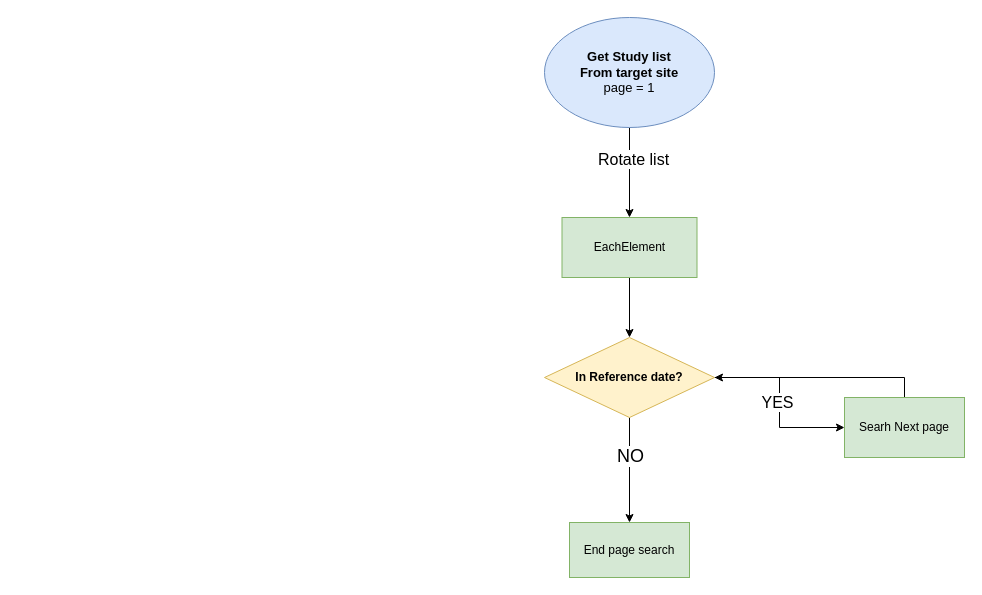
palet404/SuddenAtattack_SideProject-Scraping- keeps this draw.io diagram as 제목 없는 다이어그램.drawio. Above is the earlier version. Source tidied: cells renumbered, new cells numbered last; positions are measured from the earlier drawing's top-left corner, leaving out a move shared by most shapes. Both pictures are drawn from the tidied source at 100%, with x=0, y=0 at pixel (544, 17).
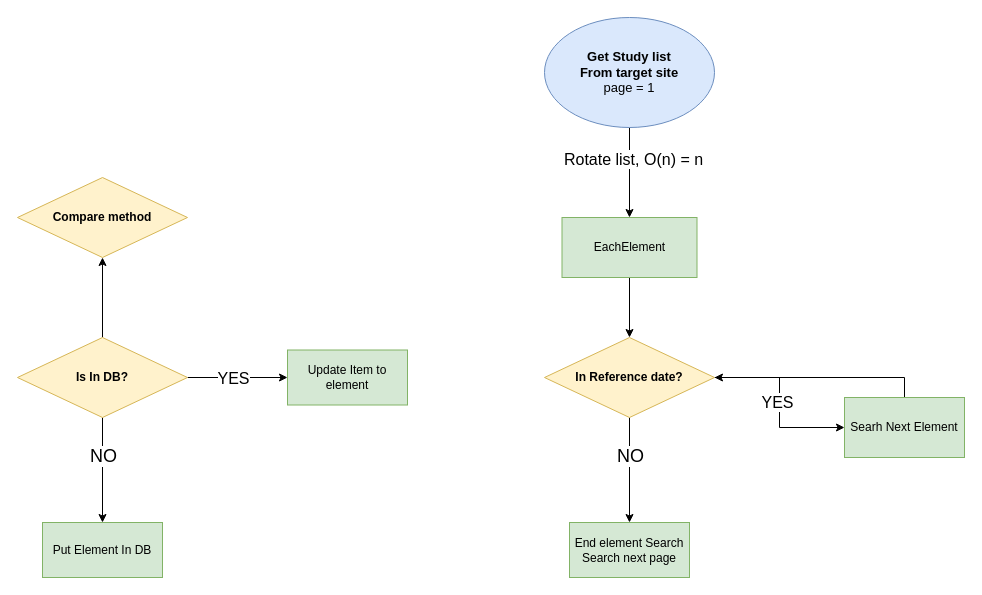
The same diagram, later.

Commit message:
제목 없는 다이어그램.drawio 업데이트

The change refers to these unchanged cells:
```xml
<mxCell id="2" style="edgeStyle=orthogonalEdgeStyle;rounded=0;jettySize=auto;html=1;entryX=0.5;entryY=0;entryDx=0;entryDy=0;" parent="1" edge="1" source="4" target="13">
  <mxGeometry relative="1" as="geometry" />
</mxCell>
```

Change to the diagram source:
```diff
@@
-    <mxCell id="3" value="&lt;font style=&quot;font-size: 16px;&quot;&gt;Rotate list&lt;/font&gt;" style="edgeLabel;html=1;align=center;verticalAlign=middle;" parent="2" vertex="1">
+    <mxCell id="3" value="&lt;font style=&quot;font-size: 16px;&quot;&gt;Rotate list, O(n) = n&lt;/font&gt;" style="edgeLabel;html=1;align=center;verticalAlign=middle;" parent="2" vertex="1">
       <mxGeometry x="-0.32" y="3" relative="1" as="geometry" />
     </mxCell>
@@
-    <mxCell id="11" value="Searh Next page" style="whiteSpace=wrap;html=1;fillColor=#d5e8d4;strokeColor=#82b366;" parent="1" vertex="1">
+    <mxCell id="11" value="Searh Next Element" style="whiteSpace=wrap;html=1;fillColor=#d5e8d4;strokeColor=#82b366;" parent="1" vertex="1">
       <mxGeometry x="300" y="380" width="120" height="60" as="geometry" />
     </mxCell>
@@
-    <mxCell id="14" value="End page search" style="whiteSpace=wrap;html=1;fillColor=#d5e8d4;strokeColor=#82b366;" parent="1" vertex="1">
+    <mxCell id="14" value="End element Search&lt;div&gt;Search next page&lt;/div&gt;" style="whiteSpace=wrap;html=1;fillColor=#d5e8d4;strokeColor=#82b366;" parent="1" vertex="1">
       <mxGeometry x="25" y="505" width="120" height="55" as="geometry" />
     </mxCell>
+    <mxCell id="15" style="edgeStyle=orthogonalEdgeStyle;rounded=0;jettySize=auto;html=1;entryX=0.5;entryY=0;entryDx=0;entryDy=0;" parent="1" edge="1" source="20" target="21">
+      <mxGeometry relative="1" as="geometry" />
+    </mxCell>
+    <mxCell id="16" value="NO" style="edgeLabel;html=1;align=center;verticalAlign=middle;fontSize=18;fontStyle=0;" parent="15" vertex="1">
+      <mxGeometry x="-0.02" relative="1" as="geometry">
+        <mxPoint y="-13" as="offset" />
+      </mxGeometry>
+    </mxCell>
+    <mxCell id="17" style="edgeStyle=orthogonalEdgeStyle;rounded=0;jettySize=auto;html=1;entryX=0;entryY=0.5;entryDx=0;entryDy=0;" parent="1" edge="1" source="20">
+      <mxGeometry relative="1" as="geometry">
+        <mxPoint x="-257" y="360" as="targetPoint" />
+      </mxGeometry>
+    </mxCell>
+    <mxCell id="18" value="&lt;font style=&quot;font-size: 16px;&quot;&gt;YES&lt;/font&gt;" style="edgeLabel;html=1;align=center;verticalAlign=middle;" parent="17" vertex="1">
+      <mxGeometry x="-0.02" y="1" relative="1" as="geometry">
+        <mxPoint x="-4" y="1" as="offset" />
+      </mxGeometry>
+    </mxCell>
+    <mxCell id="19" style="edgeStyle=orthogonalEdgeStyle;rounded=0;jettySize=auto;html=1;" parent="1" edge="1" source="20" target="23">
+      <mxGeometry relative="1" as="geometry" />
+    </mxCell>
+    <mxCell id="20" value="&lt;b&gt;Is In DB?&lt;/b&gt;" style="rhombus;whiteSpace=wrap;html=1;fillColor=#fff2cc;strokeColor=#d6b656;" parent="1" vertex="1">
+      <mxGeometry x="-527" y="320" width="170" height="80" as="geometry" />
+    </mxCell>
+    <mxCell id="21" value="Put Element In DB" style="whiteSpace=wrap;html=1;fillColor=#d5e8d4;strokeColor=#82b366;" parent="1" vertex="1">
+      <mxGeometry x="-502" y="505" width="120" height="55" as="geometry" />
+    </mxCell>
+    <mxCell id="22" value="Update Item to element" style="whiteSpace=wrap;html=1;fillColor=#d5e8d4;strokeColor=#82b366;" parent="1" vertex="1">
+      <mxGeometry x="-257" y="332.5" width="120" height="55" as="geometry" />
+    </mxCell>
+    <mxCell id="23" value="&lt;b&gt;Compare method&lt;/b&gt;" style="rhombus;whiteSpace=wrap;html=1;fillColor=#fff2cc;strokeColor=#d6b656;" parent="1" vertex="1">
+      <mxGeometry x="-527" y="160" width="170" height="80" as="geometry" />
+    </mxCell>
```
